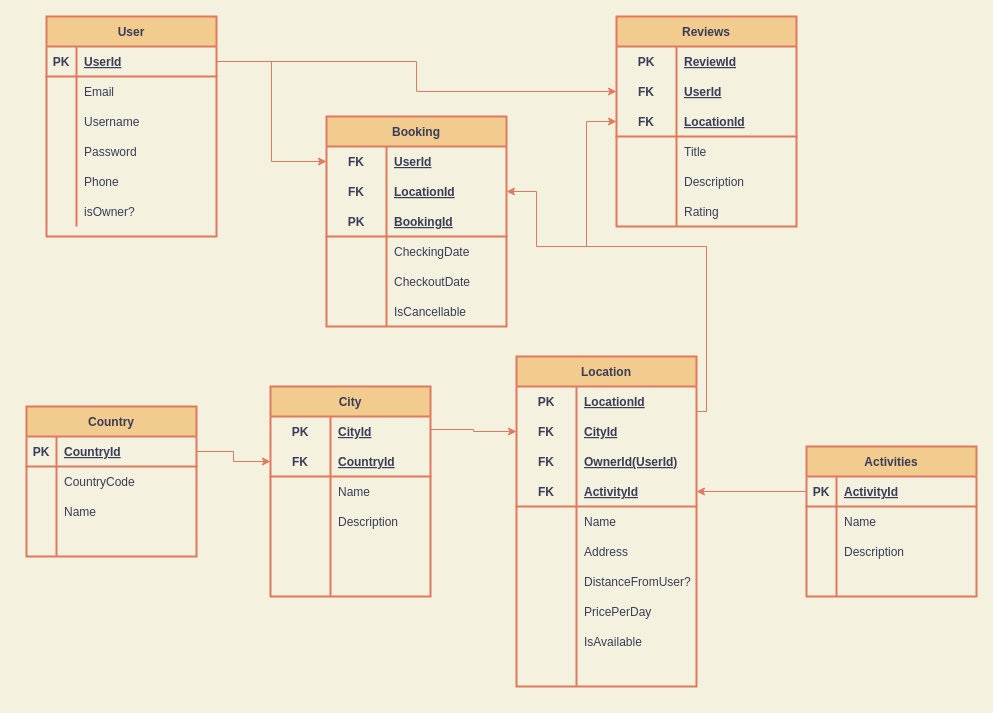
PetreBogdan55/KarpaticaTravel keeps this draw.io diagram as Diagrams/Database Diagram.drawio. Above is the earlier version. Source tidied: cells renumbered, new cells numbered last; positions are measured from the earlier drawing's top-left corner, leaving out a move shared by most shapes. Both pictures are drawn from the tidied source at 100%, with x=0, y=0 at pixel (26, 16).
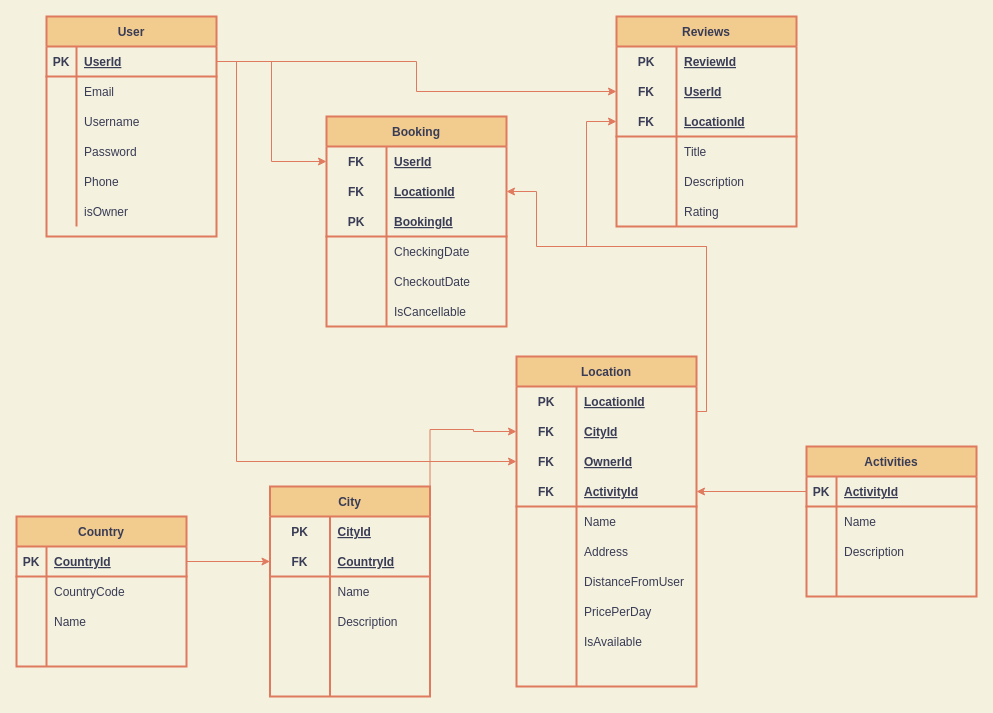
The same page after the edit.

Commit message (it also covers changes not shown here):
Backup database (19.10.2021)

Unchanged cells that the change refers to:
```xml
<mxCell id="4" style="shape=partialRectangle;fillColor=none;top=0;left=0;bottom=1;right=0;points=[[0,0.5],[1,0.5]];portConstraint=eastwest;strokeColor=#E07A5F;strokeWidth=2;fontColor=#393C56;" parent="3" vertex="1">
  <mxGeometry y="30" width="170" height="30" as="geometry" />
</mxCell>
<mxCell id="19" style="shape=partialRectangle;fillColor=none;top=0;left=0;bottom=0;right=0;strokeColor=#E07A5F;strokeWidth=2;fontColor=#393C56;" parent="3" vertex="1">
  <mxGeometry y="180" width="170" height="30" as="geometry" />
</mxCell>
<mxCell id="82" style="shape=partialRectangle;fillColor=none;top=0;left=0;bottom=1;right=0;points=[[0,0.5],[1,0.5]];portConstraint=eastwest;strokeColor=none;strokeWidth=2;fontColor=#393C56;" parent="75" vertex="1">
  <mxGeometry y="90" width="180" height="30" as="geometry" />
</mxCell>
<mxCell id="94" style="shape=partialRectangle;fillColor=none;top=0;left=0;bottom=0;right=0;strokeColor=#E07A5F;strokeWidth=2;fontColor=#393C56;" parent="75" vertex="1">
  <mxGeometry y="210" width="180" height="30" as="geometry" />
</mxCell>
```

Change to the diagram source:
```diff
@@
-    <mxCell id="21" value="isOwner?" style="shape=partialRectangle;fillColor=none;top=0;left=0;bottom=0;right=0;align=left;spacingLeft=6;overflow=hidden;strokeColor=#E07A5F;strokeWidth=2;fontColor=#393C56;" parent="19" vertex="1">
+    <mxCell id="21" value="isOwner" style="shape=partialRectangle;fillColor=none;top=0;left=0;bottom=0;right=0;align=left;spacingLeft=6;overflow=hidden;strokeColor=#E07A5F;strokeWidth=2;fontColor=#393C56;" parent="19" vertex="1">
       <mxGeometry x="30" width="140" height="30" as="geometry" />
     </mxCell>
@@
     <mxCell id="41" value="Country" style="shape=table;startSize=30;childLayout=tableLayout;rowLines=0;fontStyle=1;align=center;strokeColor=#E07A5F;strokeWidth=2;fillColor=#F2CC8F;fontColor=#393C56;" parent="1" vertex="1">
-      <mxGeometry y="390" width="170" height="150" as="geometry" />
+      <mxGeometry x="-10" y="500" width="170" height="150" as="geometry" />
     </mxCell>
@@
     <mxCell id="55" value="City" style="shape=table;startSize=30;childLayout=tableLayout;rowLines=0;fontStyle=1;align=center;strokeColor=#E07A5F;strokeWidth=2;fillColor=#F2CC8F;fontColor=#393C56;" parent="1" vertex="1">
-      <mxGeometry x="244" y="370" width="160" height="210" as="geometry" />
+      <mxGeometry x="243.5" y="470" width="160" height="210" as="geometry" />
     </mxCell>
@@
-    <mxCell id="84" value="OwnerId(UserId)" style="shape=partialRectangle;fillColor=none;top=0;left=0;bottom=0;right=0;align=left;spacingLeft=6;fontStyle=5;overflow=hidden;strokeColor=none;strokeWidth=0;fontColor=#393C56;" parent="82" vertex="1">
+    <mxCell id="84" value="OwnerId" style="shape=partialRectangle;fillColor=none;top=0;left=0;bottom=0;right=0;align=left;spacingLeft=6;fontStyle=5;overflow=hidden;strokeColor=none;strokeWidth=0;fontColor=#393C56;" parent="82" vertex="1">
       <mxGeometry x="60" width="120" height="30" as="geometry" />
     </mxCell>
@@
-    <mxCell id="96" value="DistanceFromUser?" style="shape=partialRectangle;fillColor=none;top=0;left=0;bottom=0;right=0;align=left;spacingLeft=6;overflow=hidden;strokeColor=#E07A5F;strokeWidth=2;fontColor=#393C56;" parent="94" vertex="1">
+    <mxCell id="96" value="DistanceFromUser" style="shape=partialRectangle;fillColor=none;top=0;left=0;bottom=0;right=0;align=left;spacingLeft=6;overflow=hidden;strokeColor=#E07A5F;strokeWidth=2;fontColor=#393C56;" parent="94" vertex="1">
       <mxGeometry x="60" width="120" height="30" as="geometry" />
     </mxCell>
@@
+    <mxCell id="142" style="edgeStyle=orthogonalEdgeStyle;rounded=0;jettySize=auto;html=1;entryX=0;entryY=0.5;entryDx=0;entryDy=0;fillColor=#ffe6cc;strokeColor=#E07A5F;exitX=1;exitY=0.5;exitDx=0;exitDy=0;" parent="1" edge="1" source="4" target="82">
+      <mxGeometry relative="1" as="geometry">
+        <Array as="points">
+          <mxPoint x="210" y="45" />
+          <mxPoint x="210" y="445" />
+        </Array>
+      </mxGeometry>
+    </mxCell>
```
